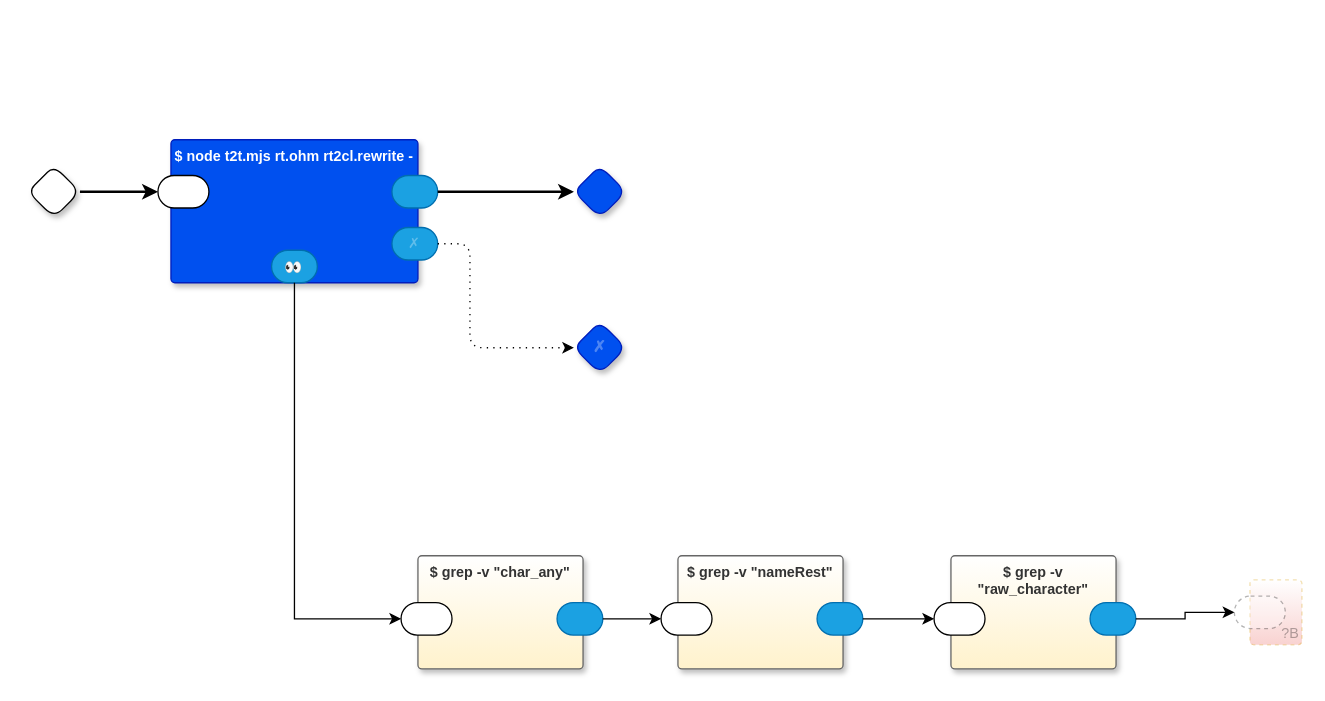
Above: page "RT to Common Lisp" (5 of 7) of rt2cl.drawio in guitarvydas/rt (draw.io), before the change. Source tidied: cells renumbered, new cells numbered last; positions are measured from the earlier drawing's top-left corner, leaving out a move shared by most shapes. Both pictures are drawn from the tidied source at 130%, with x=0, y=0 at pixel (27, 139).
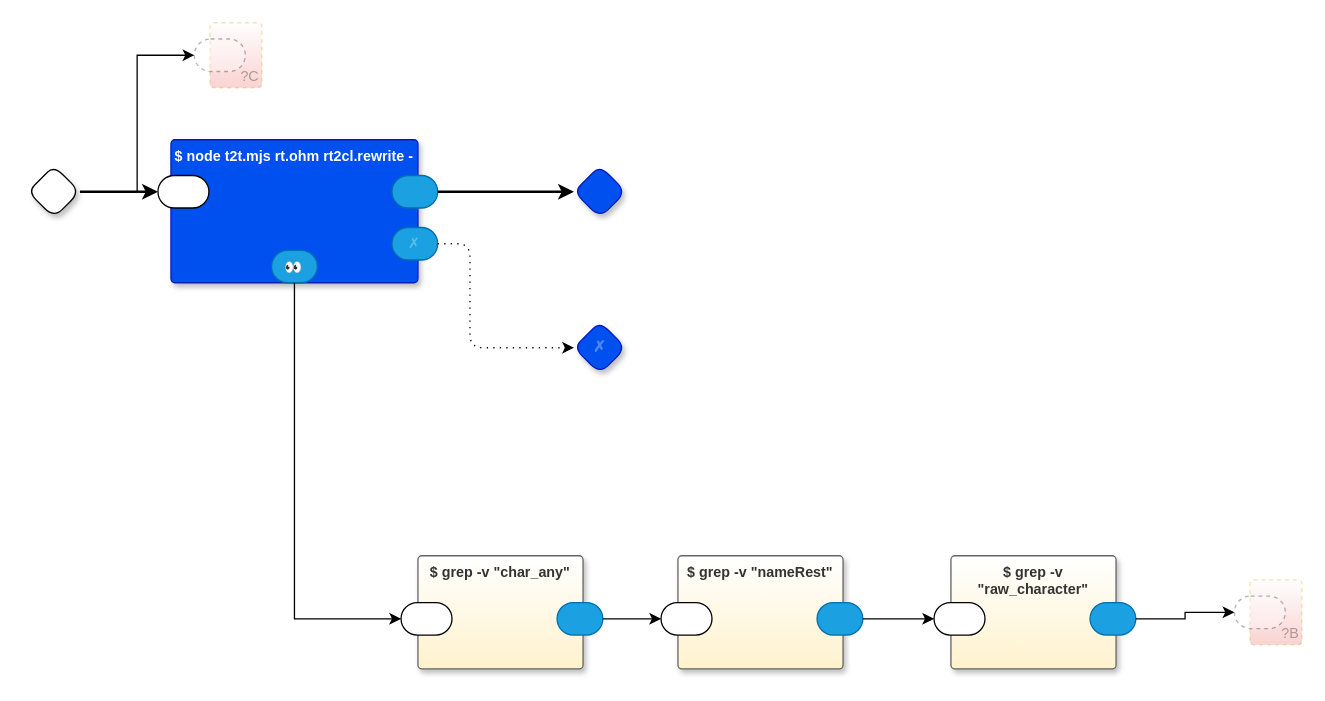
Above is the later version.

Unchanged cells that the change refers to:
```xml
<mxCell id="2" style="rhombus;whiteSpace=wrap;html=1;rounded=1;fontStyle=1;glass=0;sketch=0;fontSize=12;points=[[0,0.5,0,0,0],[0.5,0,0,0,0],[0.5,1,0,0,0],[1,0.5,0,0,0]];shadow=1;fontFamily=Helvetica;fontColor=default;" parent="1" vertex="1">
  <mxGeometry y="20" width="40" height="40" as="geometry" />
</mxCell>
```

Diff of the diagram source:
```diff
@@
+    <mxCell id="28" style="edgeStyle=orthogonalEdgeStyle;rounded=0;jettySize=auto;html=1;entryX=0;entryY=0.5;entryDx=0;entryDy=0;entryPerimeter=0;" parent="1" edge="1" source="2" target="30">
+      <mxGeometry relative="1" as="geometry" />
+    </mxCell>
@@
+    <mxCell id="29" value="?C" style="rounded=1;whiteSpace=wrap;html=1;sketch=0;verticalAlign=bottom;arcSize=6;fontStyle=0;absoluteArcSize=1;shadow=0;strokeColor=#d79b00;fillColor=#FFFFFF;fontFamily=Helvetica;fontSize=11;dashed=1;opacity=30;align=right;textOpacity=30;gradientColor=#EA6B66;fontColor=default;" parent="1" vertex="1">
+      <mxGeometry x="140" y="-90" width="40" height="50" as="geometry" />
+    </mxCell>
+    <mxCell id="30" style="rounded=1;whiteSpace=wrap;html=1;sketch=0;points=[[0,0.5,0,0,0],[1,0.5,0,0,0]];arcSize=50;fontFamily=Helvetica;fontSize=11;fontColor=default;dashed=1;textOpacity=50;opacity=30;fontStyle=0;" parent="29" vertex="1">
+      <mxGeometry x="-12" y="12.5" width="39.2" height="25" as="geometry" />
+    </mxCell>
```
